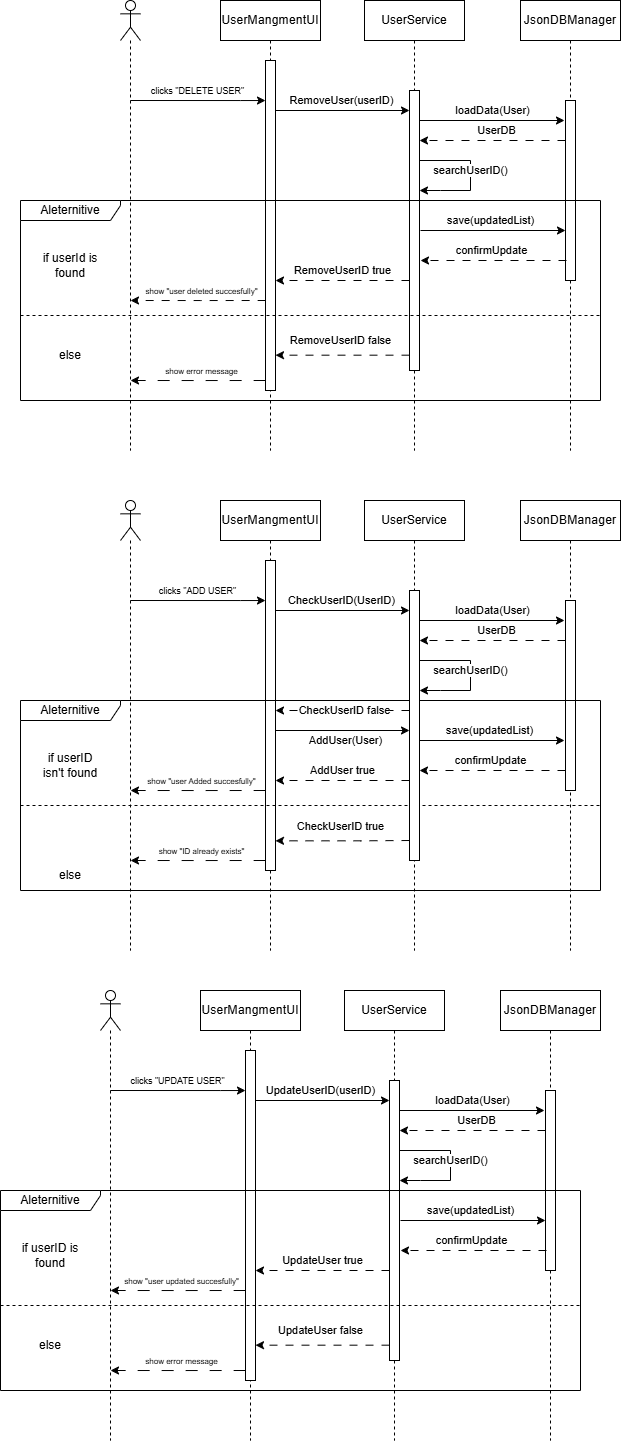
Programming2-Assignments/SkillForge_UML_Design keeps this draw.io diagram as Lap6 Sequence Diagram.png. Above is the earlier version. Source tidied: cells renumbered, new cells last; positions are measured from the earlier drawing's top-left corner, leaving out a move shared by most shapes.
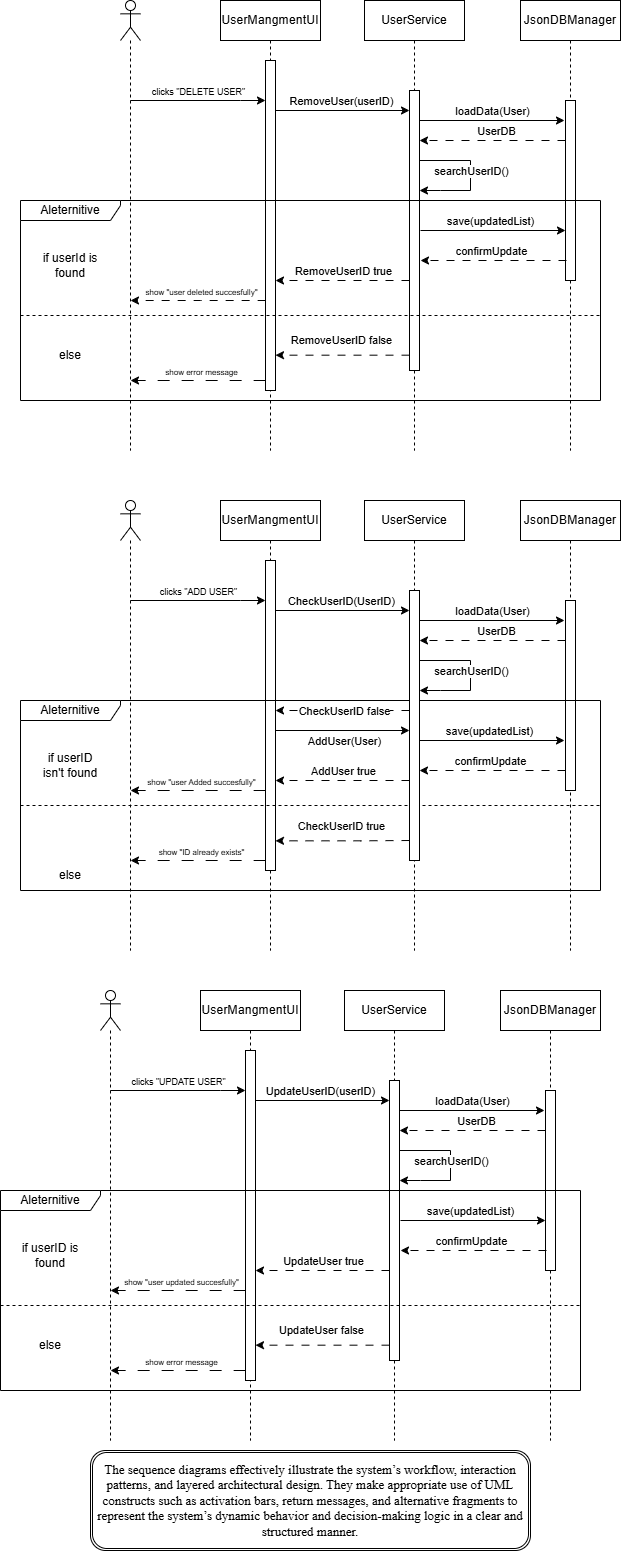
The same diagram one commit later.

Commit message:
adding the description sentence

The edit, as a diff of the source:
```diff
@@ -532,5 +532,8 @@
         <mxPoint x="1" as="offset" />
       </mxGeometry>
     </mxCell>
+    <mxCell id="105" value="&lt;font face=&quot;Times New Roman&quot; style=&quot;font-size: 13px;&quot;&gt;The sequence diagrams effectively illustrate the system’s workflow, interaction patterns, and layered architectural design. They make appropriate use of UML constructs such as activation bars, return messages, and alternative fragments to represent the system’s dynamic behavior and decision-making logic in a clear and structured manner.&lt;/font&gt;" style="shape=ext;double=1;rounded=1;whiteSpace=wrap;html=1;" parent="1" vertex="1">
+      <mxGeometry x="90" y="1450" width="440" height="100" as="geometry" />
+    </mxCell>
   </root>
 </mxGraphModel>
```
